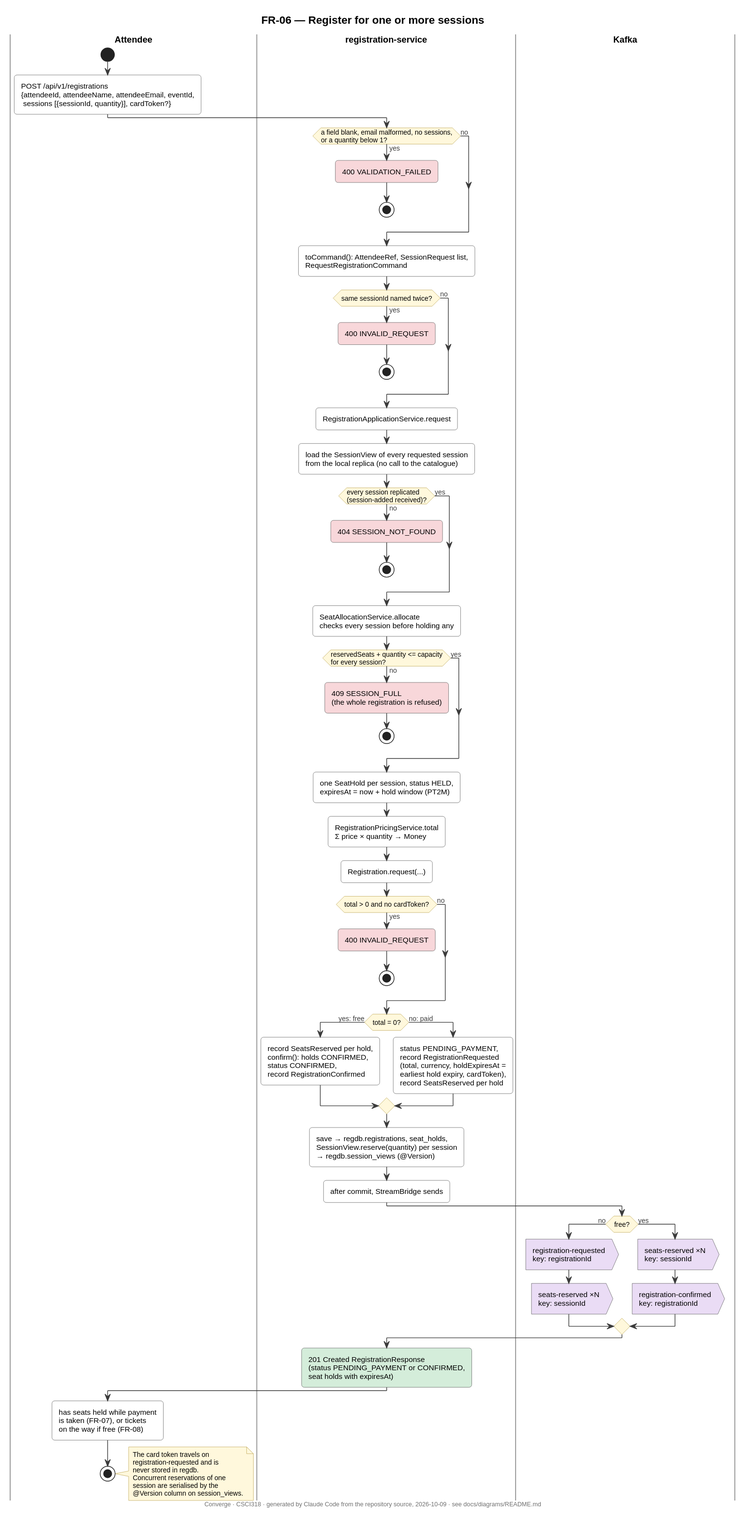
The PlantUML diagram docs/diagrams/svg/activity-fr-06.svg in middo221/CSCI318---AI-Microservices-Application, before a commit. Its diagram source:
```plantuml
@startuml
!include include/style.iuml
!include include/activity.iuml

title FR-06 — Register for one or more sessions

|Attendee|
start
:POST /api/v1/registrations
{attendeeId, attendeeName, attendeeEmail, eventId,
 sessions [{sessionId, quantity}], cardToken?};

|registration-service|
if (a field blank, email malformed, no sessions,
or a quantity below 1?) then (yes)
  $ERR:400 VALIDATION_FAILED;
  stop
else (no)
endif
:toCommand(): AttendeeRef, SessionRequest list,
RequestRegistrationCommand;
if (same sessionId named twice?) then (yes)
  $ERR:400 INVALID_REQUEST;
  stop
else (no)
endif
:RegistrationApplicationService.request;
:load the SessionView of every requested session
from the local replica (no call to the catalogue);
if (every session replicated
(session-added received)?) then (no)
  $ERR:404 SESSION_NOT_FOUND;
  stop
else (yes)
endif
:SeatAllocationService.allocate
checks every session before holding any;
if (reservedSeats + quantity <= capacity
for every session?) then (no)
  $ERR:409 SESSION_FULL
  (the whole registration is refused);
  stop
else (yes)
endif
:one SeatHold per session, status HELD,
expiresAt = now + hold window (PT2M);
:RegistrationPricingService.total
Σ price × quantity → Money;
:Registration.request(...);
if (total > 0 and no cardToken?) then (yes)
  $ERR:400 INVALID_REQUEST;
  stop
else (no)
endif
if (total = 0?) then (yes: free)
  :record SeatsReserved per hold,
  confirm(): holds CONFIRMED,
  status CONFIRMED,
  record RegistrationConfirmed;
else (no: paid)
  :status PENDING_PAYMENT,
  record RegistrationRequested
  (total, currency, holdExpiresAt =
  earliest hold expiry, cardToken),
  record SeatsReserved per hold;
endif
:save → regdb.registrations, seat_holds,
SessionView.reserve(quantity) per session
→ regdb.session_views (@Version);
:after commit, StreamBridge sends;

|Kafka|
if (free?) then (no)
  $EVT:registration-requested
  key: registrationId>
  $EVT:seats-reserved ×N
  key: sessionId>
else (yes)
  $EVT:seats-reserved ×N
  key: sessionId>
  $EVT:registration-confirmed
  key: registrationId>
endif

|registration-service|
$OK:201 Created RegistrationResponse
(status PENDING_PAYMENT or CONFIRMED,
seat holds with expiresAt);

|Attendee|
:has seats held while payment
is taken (FR-07), or tickets
on the way if free (FR-08);
stop

note right
  The card token travels on
  registration-requested and is
  never stored in regdb.
  Concurrent reservations of one
  session are serialised by the
  @Version column on session_views.
end note
@enduml
```
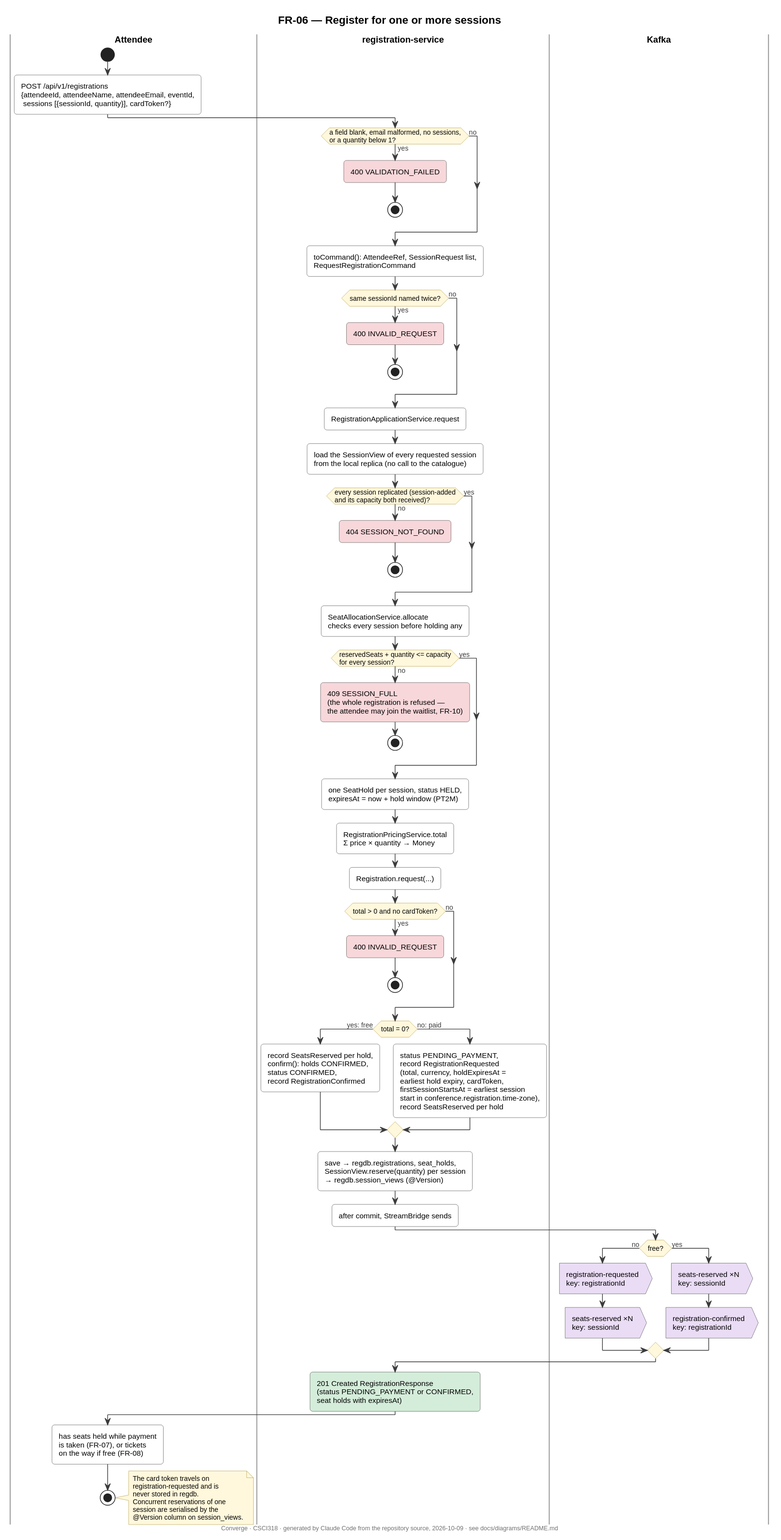
After the commit.

Commit message:
docs: bring the FR-06 to FR-09 and FR-17 activity diagrams up to date

What changed in the source:
```diff
@@ -27,8 +27,8 @@
 :RegistrationApplicationService.request;
 :load the SessionView of every requested session
 from the local replica (no call to the catalogue);
-if (every session replicated
-(session-added received)?) then (no)
+if (every session replicated (session-added
+and its capacity both received)?) then (no)
   $ERR:404 SESSION_NOT_FOUND;
   stop
 else (yes)
@@ -38,7 +38,8 @@
 if (reservedSeats + quantity <= capacity
 for every session?) then (no)
   $ERR:409 SESSION_FULL
-  (the whole registration is refused);
+  (the whole registration is refused —
+  the attendee may join the waitlist, FR-10);
   stop
 else (yes)
 endif
@@ -61,7 +62,9 @@
   :status PENDING_PAYMENT,
   record RegistrationRequested
   (total, currency, holdExpiresAt =
-  earliest hold expiry, cardToken),
+  earliest hold expiry, cardToken,
+  firstSessionStartsAt = earliest session
+  start in conference.registration.time-zone),
   record SeatsReserved per hold;
 endif
 :save → regdb.registrations, seat_holds,
```
